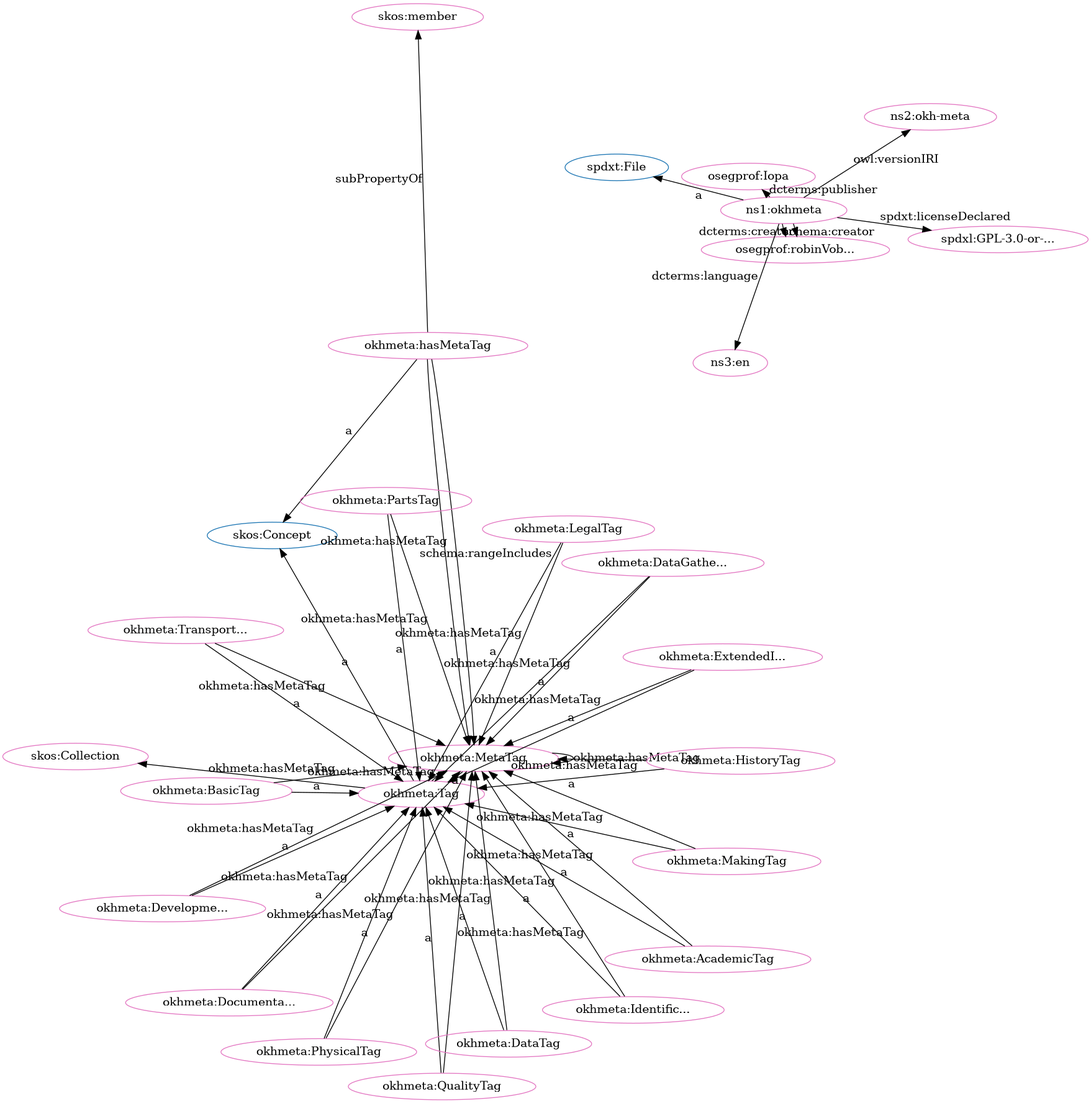
iop-alliance/OpenKnowHow keeps this Graphviz diagram as src/spec/dot_okh-meta-clean.png. Above is the earlier version. Its source is kept beside it as src/spec/dot_okh-meta-clean.dot.
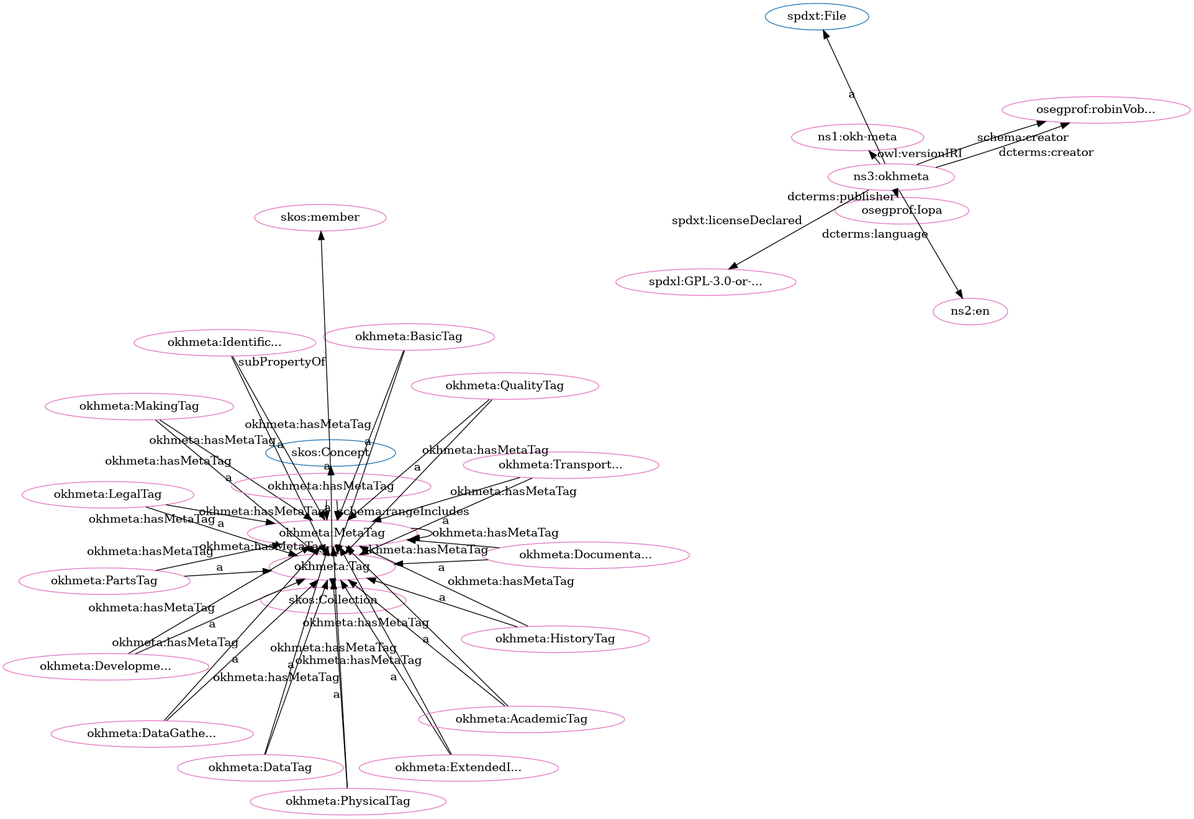
Later version of the same file.

Diff of the diagram source:
```diff
@@ -1,81 +1,81 @@
 digraph G {
   rankdir=BT
   node[height=.3]
-"http://spdx.org/rdf/terms#File" [fillcolor="#1f77b4" color="#1f77b4" label="spdxt:File"]
+"http://www.w3.org/2004/02/skos/core#Collection" [fillcolor="#1f77b4" color="#1f77b4" label="skos:Collection"]
 "https://w3id.org/oseg/ont/okhmeta#MetaTag" [fillcolor="#1f77b4" color="#1f77b4" label="okhmeta:MetaTag"]
-"http://www.w3.org/2004/02/skos/core#Collection" [fillcolor="#1f77b4" color="#1f77b4" label="skos:Collection"]
 "https://w3id.org/oseg/ont/okhmeta#Tag" [fillcolor="#1f77b4" color="#1f77b4" label="okhmeta:Tag"]
 "http://www.w3.org/2004/02/skos/core#Concept" [fillcolor="#1f77b4" color="#1f77b4" label="skos:Concept"]
+"http://spdx.org/rdf/terms#File" [fillcolor="#1f77b4" color="#1f77b4" label="spdxt:File"]
+"https://w3id.org/oseg/ont/okhmeta#MetaTag" [fillcolor="#e377c2" color="#e377c2" label="okhmeta:MetaTag"]
+"https://w3id.org/oseg/ont/okhmeta#BasicTag" [fillcolor="#e377c2" color="#e377c2" label="okhmeta:BasicTag"]
+"https://w3id.org/oseg/ont/oseg-profiles#robinVobruba" [fillcolor="#e377c2" color="#e377c2" label="osegprof:robinVob..."]
+"https://w3id.org/oseg/ont/okhmeta#IdentificationTag" [fillcolor="#e377c2" color="#e377c2" label="okhmeta:Identific..."]
+"https://w3id.org/oseg/ont/okhmeta#MakingTag" [fillcolor="#e377c2" color="#e377c2" label="okhmeta:MakingTag"]
+"https://w3id.org/oseg/ont/okhmeta#HistoryTag" [fillcolor="#e377c2" color="#e377c2" label="okhmeta:HistoryTag"]
+"https://w3id.org/oseg/ont/okhmeta#hasMetaTag" [fillcolor="#e377c2" color="#e377c2" label="okhmeta:hasMetaTag"]
+"https://w3id.org/oseg/ont/okhmeta#PartsTag" [fillcolor="#e377c2" color="#e377c2" label="okhmeta:PartsTag"]
+"https://w3id.org/oseg/ont/okhmeta#DocumentationTag" [fillcolor="#e377c2" color="#e377c2" label="okhmeta:Documenta..."]
+"https://w3id.org/oseg/ont/okhmeta#DataTag" [fillcolor="#e377c2" color="#e377c2" label="okhmeta:DataTag"]
+"https://w3id.org/oseg/ont/oseg-profiles#Iopa" [fillcolor="#e377c2" color="#e377c2" label="osegprof:Iopa"]
+"https://w3id.org/oseg/ont/1.1.0/okh-meta" [fillcolor="#e377c2" color="#e377c2" label="ns1:okh-meta"]
+"https://w3id.org/oseg/ont/okhmeta#ExtendedInfoTag" [fillcolor="#e377c2" color="#e377c2" label="okhmeta:ExtendedI..."]
+"http://id.loc.gov/vocabulary/iso639-1/en" [fillcolor="#e377c2" color="#e377c2" label="ns2:en"]
+"http://www.w3.org/2004/02/skos/core#Collection" [fillcolor="#e377c2" color="#e377c2" label="skos:Collection"]
+"https://w3id.org/oseg/ont/okhmeta" [fillcolor="#e377c2" color="#e377c2" label="ns3:okhmeta"]
 "https://w3id.org/oseg/ont/okhmeta#LegalTag" [fillcolor="#e377c2" color="#e377c2" label="okhmeta:LegalTag"]
-"https://w3id.org/oseg/ont/oseg-profiles#robinVobruba" [fillcolor="#e377c2" color="#e377c2" label="osegprof:robinVob..."]
-"https://w3id.org/oseg/ont/okhmeta#MetaTag" [fillcolor="#e377c2" color="#e377c2" label="okhmeta:MetaTag"]
-"https://w3id.org/oseg/ont/okhmeta#hasMetaTag" [fillcolor="#e377c2" color="#e377c2" label="okhmeta:hasMetaTag"]
-"https://w3id.org/oseg/ont/okhmeta" [fillcolor="#e377c2" color="#e377c2" label="ns1:okhmeta"]
+"https://w3id.org/oseg/ont/okhmeta#Tag" [fillcolor="#e377c2" color="#e377c2" label="okhmeta:Tag"]
+"https://w3id.org/oseg/ont/okhmeta#DevelopmentTag" [fillcolor="#e377c2" color="#e377c2" label="okhmeta:Developme..."]
 "https://w3id.org/oseg/ont/okhmeta#PhysicalTag" [fillcolor="#e377c2" color="#e377c2" label="okhmeta:PhysicalTag"]
-"https://w3id.org/oseg/ont/okhmeta#PartsTag" [fillcolor="#e377c2" color="#e377c2" label="okhmeta:PartsTag"]
+"https://w3id.org/oseg/ont/okhmeta#AcademicTag" [fillcolor="#e377c2" color="#e377c2" label="okhmeta:AcademicTag"]
+"https://w3id.org/oseg/ont/okhmeta#TransportationTag" [fillcolor="#e377c2" color="#e377c2" label="okhmeta:Transport..."]
+"https://spdx.org/licenses/GPL-3.0-or-later" [fillcolor="#e377c2" color="#e377c2" label="spdxl:GPL-3.0-or-..."]
+"https://w3id.org/oseg/ont/okhmeta#DataGatheringTag" [fillcolor="#e377c2" color="#e377c2" label="okhmeta:DataGathe..."]
+"http://www.w3.org/2004/02/skos/core#member" [fillcolor="#e377c2" color="#e377c2" label="skos:member"]
 "https://w3id.org/oseg/ont/okhmeta#QualityTag" [fillcolor="#e377c2" color="#e377c2" label="okhmeta:QualityTag"]
-"http://www.w3.org/2004/02/skos/core#Collection" [fillcolor="#e377c2" color="#e377c2" label="skos:Collection"]
-"https://w3id.org/oseg/ont/okhmeta#DocumentationTag" [fillcolor="#e377c2" color="#e377c2" label="okhmeta:Documenta..."]
-"http://www.w3.org/2004/02/skos/core#member" [fillcolor="#e377c2" color="#e377c2" label="skos:member"]
-"https://w3id.org/oseg/ont/oseg-profiles#Iopa" [fillcolor="#e377c2" color="#e377c2" label="osegprof:Iopa"]
-"https://w3id.org/oseg/ont/okhmeta#DataTag" [fillcolor="#e377c2" color="#e377c2" label="okhmeta:DataTag"]
-"https://w3id.org/oseg/ont/okhmeta#Tag" [fillcolor="#e377c2" color="#e377c2" label="okhmeta:Tag"]
-"https://spdx.org/licenses/GPL-3.0-or-later" [fillcolor="#e377c2" color="#e377c2" label="spdxl:GPL-3.0-or-..."]
-"https://w3id.org/oseg/ont/okhmeta#ExtendedInfoTag" [fillcolor="#e377c2" color="#e377c2" label="okhmeta:ExtendedI..."]
-"https://w3id.org/oseg/ont/okhmeta#TransportationTag" [fillcolor="#e377c2" color="#e377c2" label="okhmeta:Transport..."]
-"https://w3id.org/oseg/ont/okhmeta#DataGatheringTag" [fillcolor="#e377c2" color="#e377c2" label="okhmeta:DataGathe..."]
-"https://w3id.org/oseg/ont/okhmeta#AcademicTag" [fillcolor="#e377c2" color="#e377c2" label="okhmeta:AcademicTag"]
-"https://w3id.org/oseg/ont/1.1.0/okh-meta" [fillcolor="#e377c2" color="#e377c2" label="ns2:okh-meta"]
-"https://w3id.org/oseg/ont/okhmeta#MakingTag" [fillcolor="#e377c2" color="#e377c2" label="okhmeta:MakingTag"]
-"http://id.loc.gov/vocabulary/iso639-1/en" [fillcolor="#e377c2" color="#e377c2" label="ns3:en"]
-"https://w3id.org/oseg/ont/okhmeta#BasicTag" [fillcolor="#e377c2" color="#e377c2" label="okhmeta:BasicTag"]
-"https://w3id.org/oseg/ont/okhmeta#IdentificationTag" [fillcolor="#e377c2" color="#e377c2" label="okhmeta:Identific..."]
-"https://w3id.org/oseg/ont/okhmeta#DevelopmentTag" [fillcolor="#e377c2" color="#e377c2" label="okhmeta:Developme..."]
-"https://w3id.org/oseg/ont/okhmeta#HistoryTag" [fillcolor="#e377c2" color="#e377c2" label="okhmeta:HistoryTag"]
+  "https://w3id.org/oseg/ont/okhmeta#Tag" -> "https://w3id.org/oseg/ont/okhmeta#MetaTag" [label="okhmeta:hasMetaTag"]
+  "https://w3id.org/oseg/ont/okhmeta#BasicTag" -> "https://w3id.org/oseg/ont/okhmeta#Tag" [label="a"]
+  "https://w3id.org/oseg/ont/okhmeta" -> "https://w3id.org/oseg/ont/oseg-profiles#robinVobruba" [label="schema:creator"]
+  "https://w3id.org/oseg/ont/okhmeta#DevelopmentTag" -> "https://w3id.org/oseg/ont/okhmeta#MetaTag" [label="okhmeta:hasMetaTag"]
+  "https://w3id.org/oseg/ont/okhmeta#MakingTag" -> "https://w3id.org/oseg/ont/okhmeta#Tag" [label="a"]
+  "https://w3id.org/oseg/ont/okhmeta#PhysicalTag" -> "https://w3id.org/oseg/ont/okhmeta#MetaTag" [label="okhmeta:hasMetaTag"]
+  "https://w3id.org/oseg/ont/okhmeta#HistoryTag" -> "https://w3id.org/oseg/ont/okhmeta#Tag" [label="a"]
+  "https://w3id.org/oseg/ont/okhmeta#DocumentationTag" -> "https://w3id.org/oseg/ont/okhmeta#Tag" [label="a"]
+  "https://w3id.org/oseg/ont/okhmeta#MakingTag" -> "https://w3id.org/oseg/ont/okhmeta#MetaTag" [label="okhmeta:hasMetaTag"]
+  "https://w3id.org/oseg/ont/okhmeta#DataTag" -> "https://w3id.org/oseg/ont/okhmeta#Tag" [label="a"]
+  "https://w3id.org/oseg/ont/okhmeta#ExtendedInfoTag" -> "https://w3id.org/oseg/ont/okhmeta#Tag" [label="a"]
+  "https://w3id.org/oseg/ont/okhmeta" -> "http://id.loc.gov/vocabulary/iso639-1/en" [label="dcterms:language"]
+  "https://w3id.org/oseg/ont/okhmeta" -> "http://spdx.org/rdf/terms#File" [label="a"]
+  "https://w3id.org/oseg/ont/okhmeta#DevelopmentTag" -> "https://w3id.org/oseg/ont/okhmeta#Tag" [label="a"]
+  "https://w3id.org/oseg/ont/okhmeta#LegalTag" -> "https://w3id.org/oseg/ont/okhmeta#MetaTag" [label="okhmeta:hasMetaTag"]
+  "https://w3id.org/oseg/ont/okhmeta#PhysicalTag" -> "https://w3id.org/oseg/ont/okhmeta#Tag" [label="a"]
+  "https://w3id.org/oseg/ont/okhmeta#ExtendedInfoTag" -> "https://w3id.org/oseg/ont/okhmeta#MetaTag" [label="okhmeta:hasMetaTag"]
+  "https://w3id.org/oseg/ont/okhmeta#TransportationTag" -> "https://w3id.org/oseg/ont/okhmeta#Tag" [label="a"]
+  "https://w3id.org/oseg/ont/okhmeta#IdentificationTag" -> "https://w3id.org/oseg/ont/okhmeta#MetaTag" [label="okhmeta:hasMetaTag"]
+  "https://w3id.org/oseg/ont/okhmeta#PartsTag" -> "https://w3id.org/oseg/ont/okhmeta#MetaTag" [label="okhmeta:hasMetaTag"]
+  "https://w3id.org/oseg/ont/okhmeta#hasMetaTag" -> "http://www.w3.org/2004/02/skos/core#member" [label="subPropertyOf"]
+  "https://w3id.org/oseg/ont/okhmeta" -> "https://w3id.org/oseg/ont/oseg-profiles#robinVobruba" [label="dcterms:creator"]
+  "https://w3id.org/oseg/ont/okhmeta#MetaTag" -> "https://w3id.org/oseg/ont/okhmeta#MetaTag" [label="okhmeta:hasMetaTag"]
+  "https://w3id.org/oseg/ont/okhmeta#QualityTag" -> "https://w3id.org/oseg/ont/okhmeta#MetaTag" [label="okhmeta:hasMetaTag"]
+  "https://w3id.org/oseg/ont/okhmeta#IdentificationTag" -> "https://w3id.org/oseg/ont/okhmeta#Tag" [label="a"]
+  "https://w3id.org/oseg/ont/okhmeta#hasMetaTag" -> "https://w3id.org/oseg/ont/okhmeta#MetaTag" [label="schema:rangeIncludes"]
+  "https://w3id.org/oseg/ont/okhmeta#PartsTag" -> "https://w3id.org/oseg/ont/okhmeta#Tag" [label="a"]
+  "https://w3id.org/oseg/ont/okhmeta#MetaTag" -> "https://w3id.org/oseg/ont/okhmeta#Tag" [label="a"]
+  "https://w3id.org/oseg/ont/okhmeta#AcademicTag" -> "https://w3id.org/oseg/ont/okhmeta#MetaTag" [label="okhmeta:hasMetaTag"]
+  "https://w3id.org/oseg/ont/okhmeta#HistoryTag" -> "https://w3id.org/oseg/ont/okhmeta#MetaTag" [label="okhmeta:hasMetaTag"]
+  "https://w3id.org/oseg/ont/okhmeta" -> "https://w3id.org/oseg/ont/oseg-profiles#Iopa" [label="dcterms:publisher"]
+  "https://w3id.org/oseg/ont/okhmeta" -> "https://w3id.org/oseg/ont/1.1.0/okh-meta" [label="owl:versionIRI"]
+  "https://w3id.org/oseg/ont/okhmeta#hasMetaTag" -> "http://www.w3.org/2004/02/skos/core#Concept" [label="a"]
+  "https://w3id.org/oseg/ont/okhmeta#Tag" -> "http://www.w3.org/2004/02/skos/core#Collection" [label=""]
+  "https://w3id.org/oseg/ont/okhmeta#DataGatheringTag" -> "https://w3id.org/oseg/ont/okhmeta#MetaTag" [label="okhmeta:hasMetaTag"]
   "https://w3id.org/oseg/ont/okhmeta#LegalTag" -> "https://w3id.org/oseg/ont/okhmeta#Tag" [label="a"]
-  "https://w3id.org/oseg/ont/okhmeta" -> "https://w3id.org/oseg/ont/oseg-profiles#robinVobruba" [label="dcterms:creator"]
-  "https://w3id.org/oseg/ont/okhmeta" -> "https://w3id.org/oseg/ont/oseg-profiles#robinVobruba" [label="schema:creator"]
-  "https://w3id.org/oseg/ont/okhmeta#hasMetaTag" -> "http://www.w3.org/2004/02/skos/core#Concept" [label="a"]
-  "https://w3id.org/oseg/ont/okhmeta#IdentificationTag" -> "https://w3id.org/oseg/ont/okhmeta#MetaTag" [label="okhmeta:hasMetaTag"]
+  "https://w3id.org/oseg/ont/okhmeta#Tag" -> "http://www.w3.org/2004/02/skos/core#Concept" [label="a"]
+  "https://w3id.org/oseg/ont/okhmeta#BasicTag" -> "https://w3id.org/oseg/ont/okhmeta#MetaTag" [label="okhmeta:hasMetaTag"]
+  "https://w3id.org/oseg/ont/okhmeta#AcademicTag" -> "https://w3id.org/oseg/ont/okhmeta#Tag" [label="a"]
+  "https://w3id.org/oseg/ont/okhmeta" -> "https://spdx.org/licenses/GPL-3.0-or-later" [label="spdxt:licenseDeclared"]
+  "https://w3id.org/oseg/ont/okhmeta#DataGatheringTag" -> "https://w3id.org/oseg/ont/okhmeta#Tag" [label="a"]
+  "https://w3id.org/oseg/ont/okhmeta#DocumentationTag" -> "https://w3id.org/oseg/ont/okhmeta#MetaTag" [label="okhmeta:hasMetaTag"]
+  "https://w3id.org/oseg/ont/okhmeta#TransportationTag" -> "https://w3id.org/oseg/ont/okhmeta#MetaTag" [label="okhmeta:hasMetaTag"]
+  "https://w3id.org/oseg/ont/okhmeta#DataTag" -> "https://w3id.org/oseg/ont/okhmeta#MetaTag" [label="okhmeta:hasMetaTag"]
   "https://w3id.org/oseg/ont/okhmeta#QualityTag" -> "https://w3id.org/oseg/ont/okhmeta#Tag" [label="a"]
-  "https://w3id.org/oseg/ont/okhmeta#MetaTag" -> "https://w3id.org/oseg/ont/okhmeta#Tag" [label="a"]
-  "https://w3id.org/oseg/ont/okhmeta#Tag" -> "http://www.w3.org/2004/02/skos/core#Collection" [label=""]
-  "https://w3id.org/oseg/ont/okhmeta#hasMetaTag" -> "http://www.w3.org/2004/02/skos/core#member" [label="subPropertyOf"]
-  "https://w3id.org/oseg/ont/okhmeta#hasMetaTag" -> "https://w3id.org/oseg/ont/okhmeta#MetaTag" [label="schema:rangeIncludes"]
-  "https://w3id.org/oseg/ont/okhmeta" -> "https://w3id.org/oseg/ont/oseg-profiles#Iopa" [label="dcterms:publisher"]
-  "https://w3id.org/oseg/ont/okhmeta" -> "https://spdx.org/licenses/GPL-3.0-or-later" [label="spdxt:licenseDeclared"]
-  "https://w3id.org/oseg/ont/okhmeta#ExtendedInfoTag" -> "https://w3id.org/oseg/ont/okhmeta#Tag" [label="a"]
-  "https://w3id.org/oseg/ont/okhmeta#DevelopmentTag" -> "https://w3id.org/oseg/ont/okhmeta#MetaTag" [label="okhmeta:hasMetaTag"]
-  "https://w3id.org/oseg/ont/okhmeta#HistoryTag" -> "https://w3id.org/oseg/ont/okhmeta#MetaTag" [label="okhmeta:hasMetaTag"]
-  "https://w3id.org/oseg/ont/okhmeta#DataGatheringTag" -> "https://w3id.org/oseg/ont/okhmeta#Tag" [label="a"]
-  "https://w3id.org/oseg/ont/okhmeta#AcademicTag" -> "https://w3id.org/oseg/ont/okhmeta#Tag" [label="a"]
-  "https://w3id.org/oseg/ont/okhmeta#PhysicalTag" -> "https://w3id.org/oseg/ont/okhmeta#MetaTag" [label="okhmeta:hasMetaTag"]
-  "https://w3id.org/oseg/ont/okhmeta#AcademicTag" -> "https://w3id.org/oseg/ont/okhmeta#MetaTag" [label="okhmeta:hasMetaTag"]
-  "https://w3id.org/oseg/ont/okhmeta#DevelopmentTag" -> "https://w3id.org/oseg/ont/okhmeta#Tag" [label="a"]
-  "https://w3id.org/oseg/ont/okhmeta#HistoryTag" -> "https://w3id.org/oseg/ont/okhmeta#Tag" [label="a"]
-  "https://w3id.org/oseg/ont/okhmeta#DataGatheringTag" -> "https://w3id.org/oseg/ont/okhmeta#MetaTag" [label="okhmeta:hasMetaTag"]
-  "https://w3id.org/oseg/ont/okhmeta" -> "http://spdx.org/rdf/terms#File" [label="a"]
-  "https://w3id.org/oseg/ont/okhmeta#PhysicalTag" -> "https://w3id.org/oseg/ont/okhmeta#Tag" [label="a"]
-  "https://w3id.org/oseg/ont/okhmeta#PartsTag" -> "https://w3id.org/oseg/ont/okhmeta#Tag" [label="a"]
-  "https://w3id.org/oseg/ont/okhmeta#Tag" -> "https://w3id.org/oseg/ont/okhmeta#MetaTag" [label="okhmeta:hasMetaTag"]
-  "https://w3id.org/oseg/ont/okhmeta#PartsTag" -> "https://w3id.org/oseg/ont/okhmeta#MetaTag" [label="okhmeta:hasMetaTag"]
-  "https://w3id.org/oseg/ont/okhmeta#QualityTag" -> "https://w3id.org/oseg/ont/okhmeta#MetaTag" [label="okhmeta:hasMetaTag"]
-  "https://w3id.org/oseg/ont/okhmeta#TransportationTag" -> "https://w3id.org/oseg/ont/okhmeta#MetaTag" [label="okhmeta:hasMetaTag"]
-  "https://w3id.org/oseg/ont/okhmeta#DocumentationTag" -> "https://w3id.org/oseg/ont/okhmeta#Tag" [label="a"]
-  "https://w3id.org/oseg/ont/okhmeta#DocumentationTag" -> "https://w3id.org/oseg/ont/okhmeta#MetaTag" [label="okhmeta:hasMetaTag"]
-  "https://w3id.org/oseg/ont/okhmeta#BasicTag" -> "https://w3id.org/oseg/ont/okhmeta#MetaTag" [label="okhmeta:hasMetaTag"]
-  "https://w3id.org/oseg/ont/okhmeta#DataTag" -> "https://w3id.org/oseg/ont/okhmeta#Tag" [label="a"]
-  "https://w3id.org/oseg/ont/okhmeta#Tag" -> "http://www.w3.org/2004/02/skos/core#Concept" [label="a"]
-  "https://w3id.org/oseg/ont/okhmeta#LegalTag" -> "https://w3id.org/oseg/ont/okhmeta#MetaTag" [label="okhmeta:hasMetaTag"]
-  "https://w3id.org/oseg/ont/okhmeta#TransportationTag" -> "https://w3id.org/oseg/ont/okhmeta#Tag" [label="a"]
-  "https://w3id.org/oseg/ont/okhmeta#DataTag" -> "https://w3id.org/oseg/ont/okhmeta#MetaTag" [label="okhmeta:hasMetaTag"]
   "https://w3id.org/oseg/ont/okhmeta#hasMetaTag" -> "https://w3id.org/oseg/ont/okhmeta#MetaTag" [label="okhmeta:hasMetaTag"]
-  "https://w3id.org/oseg/ont/okhmeta#ExtendedInfoTag" -> "https://w3id.org/oseg/ont/okhmeta#MetaTag" [label="okhmeta:hasMetaTag"]
-  "https://w3id.org/oseg/ont/okhmeta" -> "https://w3id.org/oseg/ont/1.1.0/okh-meta" [label="owl:versionIRI"]
-  "https://w3id.org/oseg/ont/okhmeta#MakingTag" -> "https://w3id.org/oseg/ont/okhmeta#Tag" [label="a"]
-  "https://w3id.org/oseg/ont/okhmeta" -> "http://id.loc.gov/vocabulary/iso639-1/en" [label="dcterms:language"]
-  "https://w3id.org/oseg/ont/okhmeta#BasicTag" -> "https://w3id.org/oseg/ont/okhmeta#Tag" [label="a"]
-  "https://w3id.org/oseg/ont/okhmeta#IdentificationTag" -> "https://w3id.org/oseg/ont/okhmeta#Tag" [label="a"]
-  "https://w3id.org/oseg/ont/okhmeta#MetaTag" -> "https://w3id.org/oseg/ont/okhmeta#MetaTag" [label="okhmeta:hasMetaTag"]
-  "https://w3id.org/oseg/ont/okhmeta#MakingTag" -> "https://w3id.org/oseg/ont/okhmeta#MetaTag" [label="okhmeta:hasMetaTag"]
 }
```
